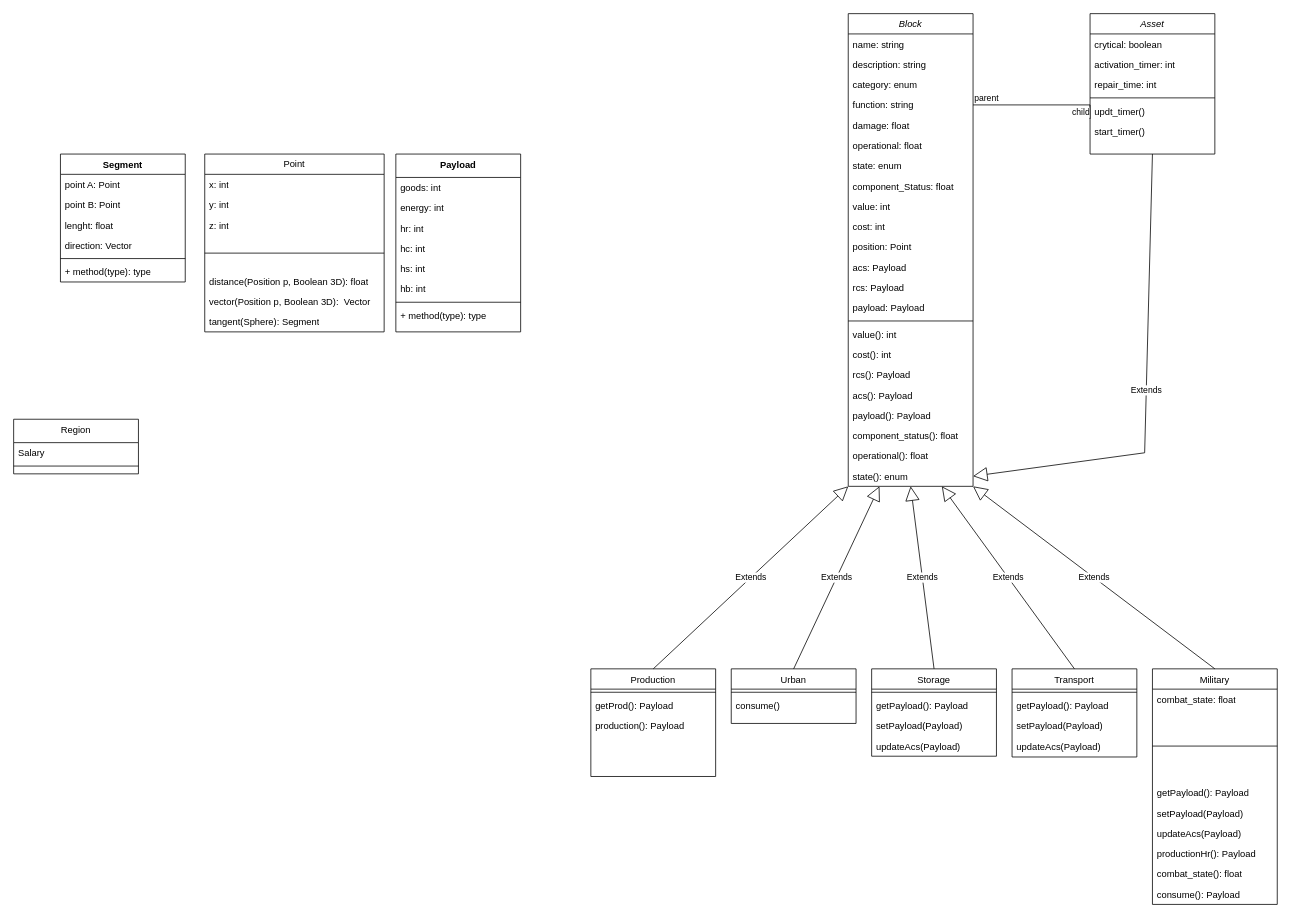
MakusIV/Warfare-Model keeps this draw.io diagram as Analisi/UML/Class Diagram.drawio. Above is the earlier version. Source tidied: cells renumbered, new cells numbered last; positions are measured from the earlier drawing's top-left corner, leaving out a move shared by most shapes. Both pictures are drawn from the tidied source at 78%, with x=0, y=0 at pixel (13, 13).
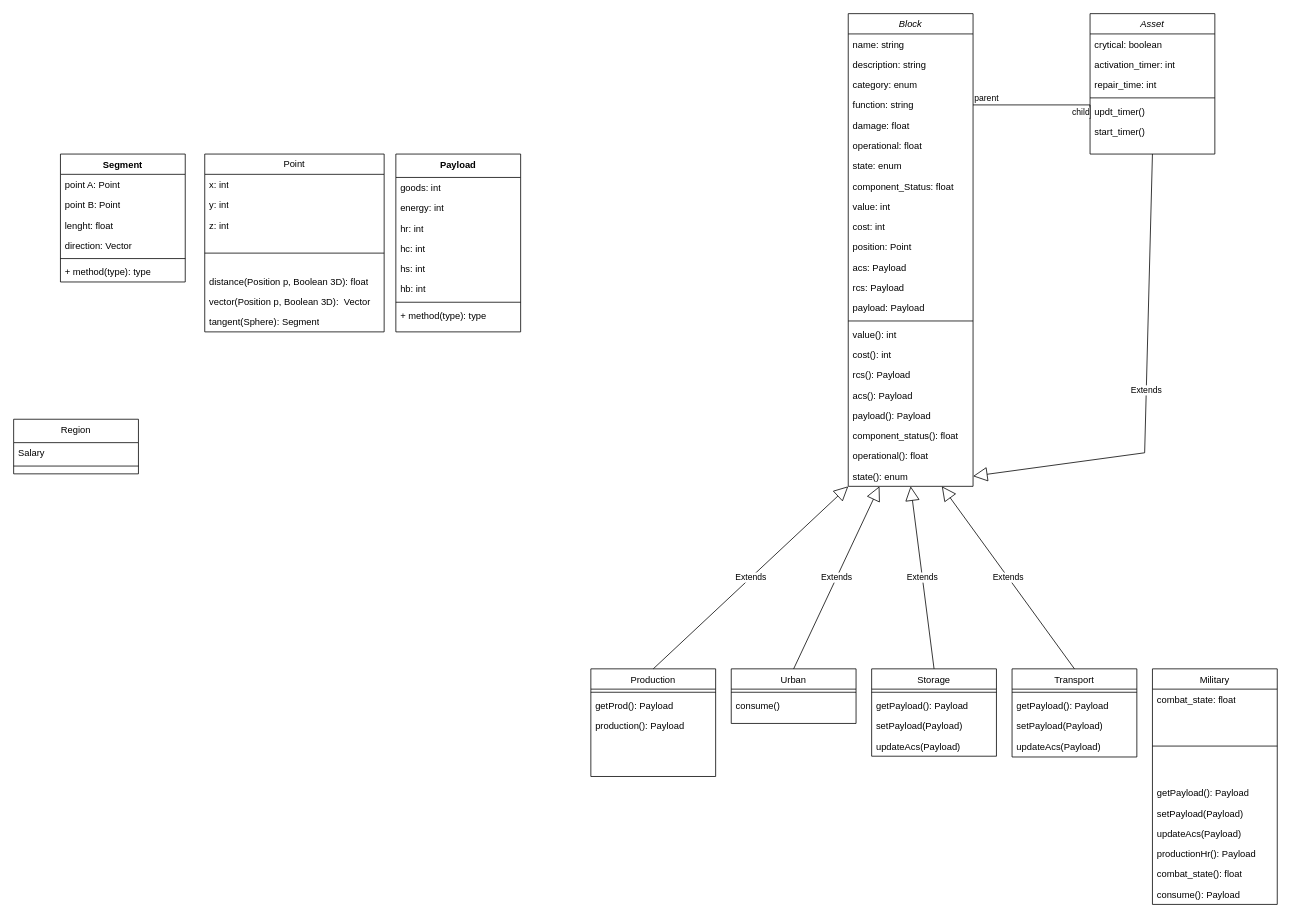
After the change.

Commit message:
change global username and email

The change refers to these unchanged cells:
```xml
<mxCell id="2" value="Block" style="swimlane;fontStyle=2;align=center;verticalAlign=top;horizontal=1;startSize=26;rounded=0;shadow=0;strokeWidth=1;" parent="1" vertex="1">
  <mxGeometry x="1070" width="160" height="606" as="geometry" />
</mxCell>
<mxCell id="70" value="Military" style="swimlane;fontStyle=0;align=center;verticalAlign=top;horizontal=1;startSize=26;rounded=0;shadow=0;strokeWidth=1;" parent="1" vertex="1">
  <mxGeometry x="1460" y="840" width="160" height="302" as="geometry" />
</mxCell>
```

What changed in the source:
```diff
@@
-    <mxCell id="83" value="Extends" style="endArrow=block;endSize=16;endFill=0;html=1;rounded=0;exitX=0.5;exitY=0;exitDx=0;exitDy=0;entryX=1;entryY=1;entryDx=0;entryDy=0;" parent="1" edge="1" source="70" target="2">
-      <mxGeometry relative="1" as="geometry" />
-    </mxCell>
```
